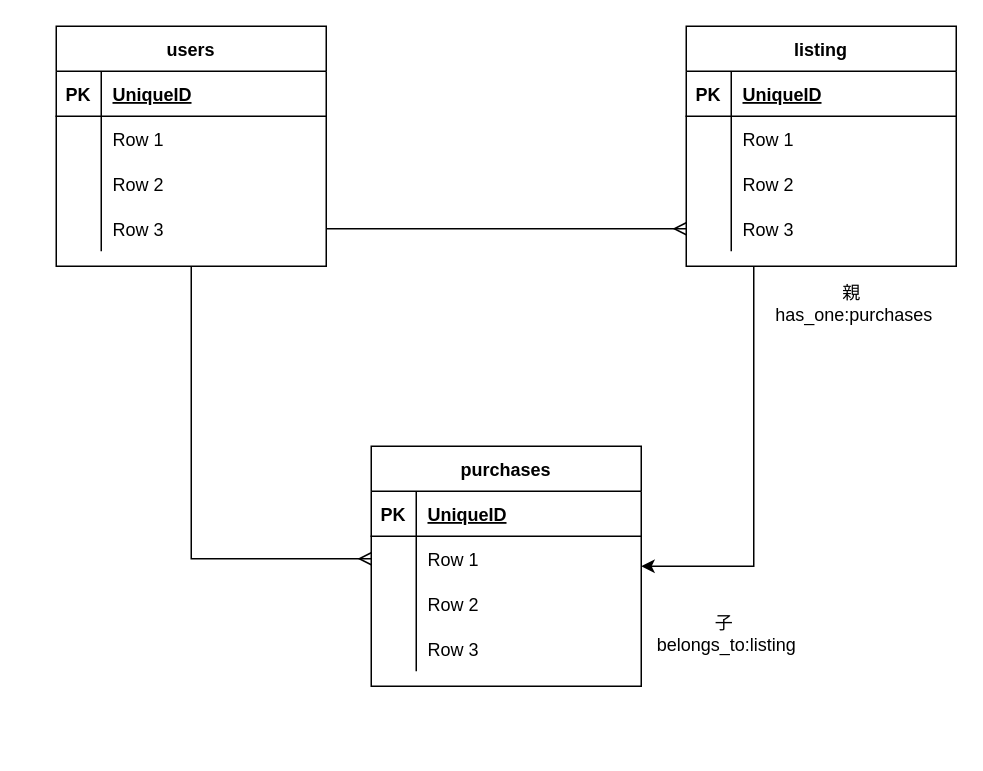
Before: test.dio in yuniii1/furima--29816-, a draw.io diagram. Source tidied: cells renumbered, new cells numbered last; positions are measured from the earlier drawing's top-left corner, leaving out a move shared by most shapes. Both pictures are drawn from the tidied source at 150%, with x=0, y=0 at pixel (56, 26).
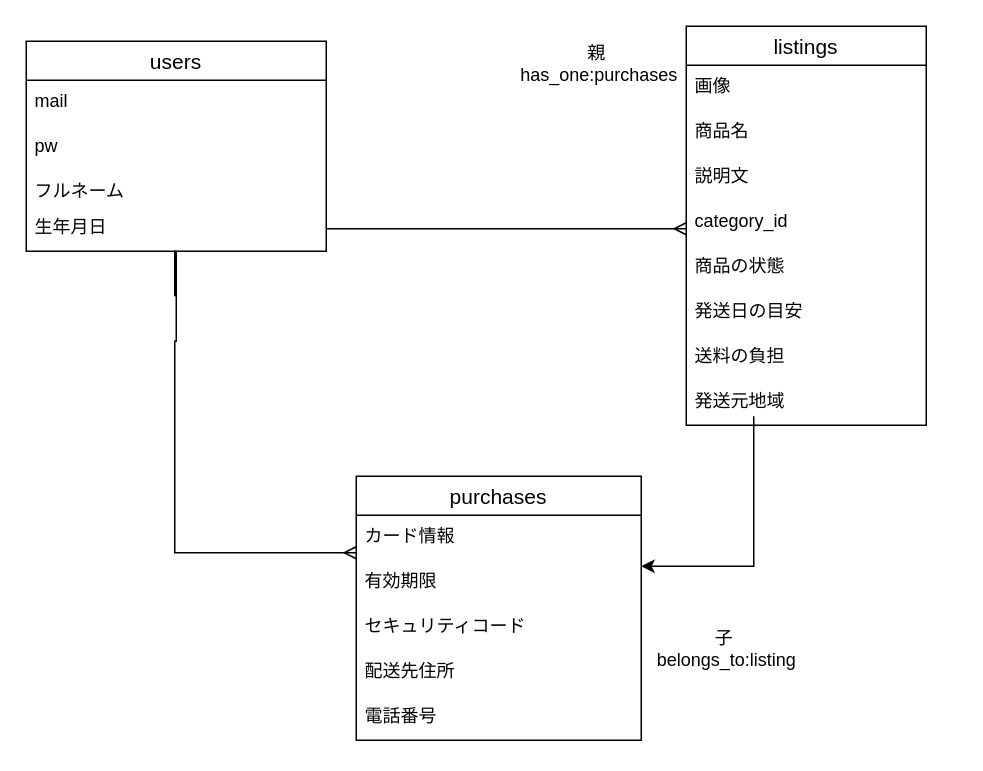
The same page after the edit.

Commit message (it also covers changes not shown here):
ER図修正アソシエーション等変更

Diff of the diagram source:
```diff
@@
-    <mxCell id="2" style="edgeStyle=orthogonalEdgeStyle;rounded=0;jettySize=auto;html=1;exitX=0.5;exitY=1;exitDx=0;exitDy=0;entryX=0;entryY=0.5;entryDx=0;entryDy=0;endArrow=ERmany;endFill=0;" parent="1" edge="1" source="3" target="34">
-      <mxGeometry relative="1" as="geometry" />
+    <mxCell id="2" style="edgeStyle=orthogonalEdgeStyle;rounded=0;orthogonalLoop=1;jettySize=auto;html=1;entryX=0;entryY=0.5;entryDx=0;entryDy=0;endArrow=ERmany;endFill=0;" parent="1" edge="1">
+      <mxGeometry relative="1" as="geometry">
+        <mxPoint x="79" y="180" as="sourcePoint" />
+        <mxPoint x="200" y="351" as="targetPoint" />
+        <Array as="points">
+          <mxPoint x="79" y="150" />
+          <mxPoint x="80" y="150" />
+          <mxPoint x="80" y="210" />
+          <mxPoint x="79" y="210" />
+          <mxPoint x="79" y="351" />
+        </Array>
+      </mxGeometry>
     </mxCell>
-    <mxCell id="3" value="users" style="shape=table;startSize=30;childLayout=tableLayout;rowLines=0;fontStyle=1;align=center;" parent="1" vertex="1">
-      <mxGeometry width="180" height="160" as="geometry" />
-    </mxCell>
-    <mxCell id="4" style="shape=partialRectangle;fillColor=none;top=0;left=0;bottom=1;right=0;" parent="3" vertex="1">
-      <mxGeometry y="30" width="180" height="30" as="geometry" />
-    </mxCell>
-    <mxCell id="5" value="PK" style="shape=partialRectangle;fillColor=none;top=0;left=0;bottom=0;right=0;fontStyle=1;overflow=hidden;" parent="4" vertex="1">
-      <mxGeometry width="30" height="30" as="geometry" />
-    </mxCell>
-    <mxCell id="6" value="UniqueID" style="shape=partialRectangle;fillColor=none;top=0;left=0;bottom=0;right=0;align=left;spacingLeft=6;fontStyle=5;overflow=hidden;" parent="4" vertex="1">
-      <mxGeometry x="30" width="150" height="30" as="geometry" />
-    </mxCell>
-    <mxCell id="7" style="shape=partialRectangle;fillColor=none;top=0;left=0;bottom=0;right=0;" parent="3" vertex="1">
-      <mxGeometry y="60" width="180" height="30" as="geometry" />
-    </mxCell>
-    <mxCell id="8" style="shape=partialRectangle;fillColor=none;top=0;left=0;bottom=0;right=0;overflow=hidden;" parent="7" vertex="1">
-      <mxGeometry width="30" height="30" as="geometry" />
-    </mxCell>
-    <mxCell id="9" value="Row 1" style="shape=partialRectangle;fillColor=none;top=0;left=0;bottom=0;right=0;align=left;spacingLeft=6;overflow=hidden;" parent="7" vertex="1">
-      <mxGeometry x="30" width="150" height="30" as="geometry" />
-    </mxCell>
-    <mxCell id="10" style="shape=partialRectangle;fillColor=none;top=0;left=0;bottom=0;right=0;" parent="3" vertex="1">
-      <mxGeometry y="90" width="180" height="30" as="geometry" />
-    </mxCell>
-    <mxCell id="11" style="shape=partialRectangle;fillColor=none;top=0;left=0;bottom=0;right=0;overflow=hidden;" parent="10" vertex="1">
-      <mxGeometry width="30" height="30" as="geometry" />
-    </mxCell>
-    <mxCell id="12" value="Row 2" style="shape=partialRectangle;fillColor=none;top=0;left=0;bottom=0;right=0;align=left;spacingLeft=6;overflow=hidden;" parent="10" vertex="1">
-      <mxGeometry x="30" width="150" height="30" as="geometry" />
-    </mxCell>
-    <mxCell id="13" style="shape=partialRectangle;fillColor=none;top=0;left=0;bottom=0;right=0;points=[[0,0.5],[1,0.5]];portConstraint=eastwest;" parent="3" vertex="1">
-      <mxGeometry y="120" width="180" height="30" as="geometry" />
-    </mxCell>
-    <mxCell id="14" style="shape=partialRectangle;fillColor=none;top=0;left=0;bottom=0;right=0;overflow=hidden;" parent="13" vertex="1">
-      <mxGeometry width="30" height="30" as="geometry" />
-    </mxCell>
-    <mxCell id="15" value="Row 3" style="shape=partialRectangle;fillColor=none;top=0;left=0;bottom=0;right=0;align=left;spacingLeft=6;overflow=hidden;" parent="13" vertex="1">
-      <mxGeometry x="30" width="150" height="30" as="geometry" />
-    </mxCell>
-    <mxCell id="16" style="edgeStyle=orthogonalEdgeStyle;rounded=0;jettySize=auto;html=1;exitX=0.25;exitY=1;exitDx=0;exitDy=0;entryX=1;entryY=0.5;entryDx=0;entryDy=0;" parent="1" edge="1" source="17" target="30">
+    <mxCell id="16" style="edgeStyle=orthogonalEdgeStyle;rounded=0;orthogonalLoop=1;jettySize=auto;html=1;entryX=1;entryY=0.5;entryDx=0;entryDy=0;" parent="1" edge="1">
       <mxGeometry relative="1" as="geometry">
+        <mxPoint x="465" y="260" as="sourcePoint" />
+        <mxPoint x="390" y="360" as="targetPoint" />
         <Array as="points">
           <mxPoint x="465" y="360" />
         </Array>
       </mxGeometry>
     </mxCell>
-    <mxCell id="17" value="listing" style="shape=table;startSize=30;childLayout=tableLayout;rowLines=0;fontStyle=1;align=center;" parent="1" vertex="1">
-      <mxGeometry x="420" width="180" height="160" as="geometry" />
-    </mxCell>
-    <mxCell id="18" style="shape=partialRectangle;fillColor=none;top=0;left=0;bottom=1;right=0;" parent="17" vertex="1">
-      <mxGeometry y="30" width="180" height="30" as="geometry" />
-    </mxCell>
-    <mxCell id="19" value="PK" style="shape=partialRectangle;fillColor=none;top=0;left=0;bottom=0;right=0;fontStyle=1;overflow=hidden;" parent="18" vertex="1">
-      <mxGeometry width="30" height="30" as="geometry" />
-    </mxCell>
-    <mxCell id="20" value="UniqueID" style="shape=partialRectangle;fillColor=none;top=0;left=0;bottom=0;right=0;align=left;spacingLeft=6;fontStyle=5;overflow=hidden;" parent="18" vertex="1">
-      <mxGeometry x="30" width="150" height="30" as="geometry" />
-    </mxCell>
-    <mxCell id="21" style="shape=partialRectangle;fillColor=none;top=0;left=0;bottom=0;right=0;" parent="17" vertex="1">
-      <mxGeometry y="60" width="180" height="30" as="geometry" />
-    </mxCell>
-    <mxCell id="22" style="shape=partialRectangle;fillColor=none;top=0;left=0;bottom=0;right=0;overflow=hidden;" parent="21" vertex="1">
-      <mxGeometry width="30" height="30" as="geometry" />
-    </mxCell>
-    <mxCell id="23" value="Row 1" style="shape=partialRectangle;fillColor=none;top=0;left=0;bottom=0;right=0;align=left;spacingLeft=6;overflow=hidden;" parent="21" vertex="1">
-      <mxGeometry x="30" width="150" height="30" as="geometry" />
-    </mxCell>
-    <mxCell id="24" style="shape=partialRectangle;fillColor=none;top=0;left=0;bottom=0;right=0;" parent="17" vertex="1">
-      <mxGeometry y="90" width="180" height="30" as="geometry" />
-    </mxCell>
-    <mxCell id="25" style="shape=partialRectangle;fillColor=none;top=0;left=0;bottom=0;right=0;overflow=hidden;" parent="24" vertex="1">
-      <mxGeometry width="30" height="30" as="geometry" />
-    </mxCell>
-    <mxCell id="26" value="Row 2" style="shape=partialRectangle;fillColor=none;top=0;left=0;bottom=0;right=0;align=left;spacingLeft=6;overflow=hidden;" parent="24" vertex="1">
-      <mxGeometry x="30" width="150" height="30" as="geometry" />
-    </mxCell>
-    <mxCell id="27" style="shape=partialRectangle;fillColor=none;top=0;left=0;bottom=0;right=0;points=[[0,0.5],[1,0.5]];portConstraint=eastwest;" parent="17" vertex="1">
-      <mxGeometry y="120" width="180" height="30" as="geometry" />
-    </mxCell>
-    <mxCell id="28" style="shape=partialRectangle;fillColor=none;top=0;left=0;bottom=0;right=0;overflow=hidden;" parent="27" vertex="1">
-      <mxGeometry width="30" height="30" as="geometry" />
-    </mxCell>
-    <mxCell id="29" value="Row 3" style="shape=partialRectangle;fillColor=none;top=0;left=0;bottom=0;right=0;align=left;spacingLeft=6;overflow=hidden;" parent="27" vertex="1">
-      <mxGeometry x="30" width="150" height="30" as="geometry" />
-    </mxCell>
-    <mxCell id="30" value="purchases" style="shape=table;startSize=30;childLayout=tableLayout;rowLines=0;fontStyle=1;align=center;" parent="1" vertex="1">
-      <mxGeometry x="210" y="280" width="180" height="160" as="geometry" />
-    </mxCell>
-    <mxCell id="31" style="shape=partialRectangle;fillColor=none;top=0;left=0;bottom=1;right=0;" parent="30" vertex="1">
-      <mxGeometry y="30" width="180" height="30" as="geometry" />
-    </mxCell>
-    <mxCell id="32" value="PK" style="shape=partialRectangle;fillColor=none;top=0;left=0;bottom=0;right=0;fontStyle=1;overflow=hidden;" parent="31" vertex="1">
-      <mxGeometry width="30" height="30" as="geometry" />
-    </mxCell>
-    <mxCell id="33" value="UniqueID" style="shape=partialRectangle;fillColor=none;top=0;left=0;bottom=0;right=0;align=left;spacingLeft=6;fontStyle=5;overflow=hidden;" parent="31" vertex="1">
-      <mxGeometry x="30" width="150" height="30" as="geometry" />
-    </mxCell>
-    <mxCell id="34" style="shape=partialRectangle;fillColor=none;top=0;left=0;bottom=0;right=0;points=[[0,0.5],[1,0.5]];portConstraint=eastwest;" parent="30" vertex="1">
-      <mxGeometry y="60" width="180" height="30" as="geometry" />
-    </mxCell>
-    <mxCell id="35" style="shape=partialRectangle;fillColor=none;top=0;left=0;bottom=0;right=0;overflow=hidden;" parent="34" vertex="1">
-      <mxGeometry width="30" height="30" as="geometry" />
-    </mxCell>
-    <mxCell id="36" value="Row 1" style="shape=partialRectangle;fillColor=none;top=0;left=0;bottom=0;right=0;align=left;spacingLeft=6;overflow=hidden;" parent="34" vertex="1">
-      <mxGeometry x="30" width="150" height="30" as="geometry" />
-    </mxCell>
-    <mxCell id="37" style="shape=partialRectangle;fillColor=none;top=0;left=0;bottom=0;right=0;" parent="30" vertex="1">
-      <mxGeometry y="90" width="180" height="30" as="geometry" />
-    </mxCell>
-    <mxCell id="38" style="shape=partialRectangle;fillColor=none;top=0;left=0;bottom=0;right=0;overflow=hidden;" parent="37" vertex="1">
-      <mxGeometry width="30" height="30" as="geometry" />
-    </mxCell>
-    <mxCell id="39" value="Row 2" style="shape=partialRectangle;fillColor=none;top=0;left=0;bottom=0;right=0;align=left;spacingLeft=6;overflow=hidden;" parent="37" vertex="1">
-      <mxGeometry x="30" width="150" height="30" as="geometry" />
-    </mxCell>
-    <mxCell id="40" style="shape=partialRectangle;fillColor=none;top=0;left=0;bottom=0;right=0;" parent="30" vertex="1">
-      <mxGeometry y="120" width="180" height="30" as="geometry" />
-    </mxCell>
-    <mxCell id="41" style="shape=partialRectangle;fillColor=none;top=0;left=0;bottom=0;right=0;overflow=hidden;" parent="40" vertex="1">
-      <mxGeometry width="30" height="30" as="geometry" />
-    </mxCell>
-    <mxCell id="42" value="Row 3" style="shape=partialRectangle;fillColor=none;top=0;left=0;bottom=0;right=0;align=left;spacingLeft=6;overflow=hidden;" parent="40" vertex="1">
-      <mxGeometry x="30" width="150" height="30" as="geometry" />
-    </mxCell>
-    <mxCell id="43" style="edgeStyle=orthogonalEdgeStyle;rounded=0;jettySize=auto;html=1;exitX=1;exitY=0.5;exitDx=0;exitDy=0;entryX=0;entryY=0.5;entryDx=0;entryDy=0;endArrow=ERmany;endFill=0;" parent="1" edge="1" source="13" target="27">
-      <mxGeometry relative="1" as="geometry" />
+    <mxCell id="43" style="edgeStyle=orthogonalEdgeStyle;rounded=0;orthogonalLoop=1;jettySize=auto;html=1;exitX=1;exitY=0.5;exitDx=0;exitDy=0;entryX=0;entryY=0.5;entryDx=0;entryDy=0;endArrow=ERmany;endFill=0;" parent="1" edge="1">
+      <mxGeometry relative="1" as="geometry">
+        <mxPoint x="180" y="135" as="sourcePoint" />
+        <mxPoint x="420" y="135" as="targetPoint" />
+      </mxGeometry>
     </mxCell>
     <mxCell id="44" value="親&lt;br&gt;&amp;nbsp;has_one:purchases" style="text;html=1;align=center;verticalAlign=middle;fillColor=none;strokeColor=none;rounded=0;" parent="1" vertex="1">
-      <mxGeometry x="470" y="170" width="120" height="30" as="geometry" />
+      <mxGeometry x="300" y="10" width="120" height="30" as="geometry" />
     </mxCell>
     <mxCell id="45" value="子&lt;br&gt;&amp;nbsp;belongs_to:listing" style="text;html=1;align=center;verticalAlign=middle;fillColor=none;strokeColor=none;rounded=0;" parent="1" vertex="1">
-      <mxGeometry x="390" y="390" width="110" height="30" as="geometry" />
+      <mxGeometry x="390" y="400" width="110" height="30" as="geometry" />
     </mxCell>
+    <mxCell id="46" value="listings" style="swimlane;fontStyle=0;horizontal=1;startSize=26;align=center;fontSize=14;" parent="1" vertex="1">
+      <mxGeometry x="420" width="160" height="266" as="geometry" />
+    </mxCell>
+    <mxCell id="47" value="画像" style="text;strokeColor=none;fillColor=none;spacingLeft=4;spacingRight=4;overflow=hidden;fontSize=12;" parent="46" vertex="1">
+      <mxGeometry y="26" width="160" height="30" as="geometry" />
+    </mxCell>
+    <mxCell id="48" value="商品名" style="text;strokeColor=none;fillColor=none;spacingLeft=4;spacingRight=4;overflow=hidden;fontSize=12;" parent="46" vertex="1">
+      <mxGeometry y="56" width="160" height="30" as="geometry" />
+    </mxCell>
+    <mxCell id="49" value="説明文" style="text;strokeColor=none;fillColor=none;spacingLeft=4;spacingRight=4;overflow=hidden;fontSize=12;" parent="46" vertex="1">
+      <mxGeometry y="86" width="160" height="30" as="geometry" />
+    </mxCell>
+    <mxCell id="50" value="category_id" style="text;strokeColor=none;fillColor=none;spacingLeft=4;spacingRight=4;overflow=hidden;fontSize=12;" parent="46" vertex="1">
+      <mxGeometry y="116" width="160" height="30" as="geometry" />
+    </mxCell>
+    <mxCell id="51" value="商品の状態" style="text;strokeColor=none;fillColor=none;spacingLeft=4;spacingRight=4;overflow=hidden;fontSize=12;" parent="46" vertex="1">
+      <mxGeometry y="146" width="160" height="30" as="geometry" />
+    </mxCell>
+    <mxCell id="52" value="発送日の目安" style="text;strokeColor=none;fillColor=none;spacingLeft=4;spacingRight=4;overflow=hidden;fontSize=12;" parent="46" vertex="1">
+      <mxGeometry y="176" width="160" height="30" as="geometry" />
+    </mxCell>
+    <mxCell id="53" value="送料の負担" style="text;strokeColor=none;fillColor=none;spacingLeft=4;spacingRight=4;overflow=hidden;fontSize=12;" parent="46" vertex="1">
+      <mxGeometry y="206" width="160" height="30" as="geometry" />
+    </mxCell>
+    <mxCell id="54" value="発送元地域" style="text;strokeColor=none;fillColor=none;spacingLeft=4;spacingRight=4;overflow=hidden;fontSize=12;" parent="46" vertex="1">
+      <mxGeometry y="236" width="160" height="30" as="geometry" />
+    </mxCell>
+    <mxCell id="30" value="purchases" style="swimlane;fontStyle=0;horizontal=1;startSize=26;align=center;fontSize=14;" parent="1" vertex="1">
+      <mxGeometry x="200" y="300" width="190" height="176" as="geometry" />
+    </mxCell>
+    <mxCell id="55" value="カード情報" style="text;strokeColor=none;fillColor=none;spacingLeft=4;spacingRight=4;overflow=hidden;fontSize=12;" parent="30" vertex="1">
+      <mxGeometry y="26" width="190" height="30" as="geometry" />
+    </mxCell>
+    <mxCell id="56" value="有効期限" style="text;strokeColor=none;fillColor=none;spacingLeft=4;spacingRight=4;overflow=hidden;fontSize=12;" parent="30" vertex="1">
+      <mxGeometry y="56" width="190" height="30" as="geometry" />
+    </mxCell>
+    <mxCell id="57" value="セキュリティコード" style="text;strokeColor=none;fillColor=none;spacingLeft=4;spacingRight=4;overflow=hidden;fontSize=12;" parent="30" vertex="1">
+      <mxGeometry y="86" width="190" height="30" as="geometry" />
+    </mxCell>
+    <mxCell id="58" value="配送先住所" style="text;strokeColor=none;fillColor=none;spacingLeft=4;spacingRight=4;overflow=hidden;fontSize=12;" parent="30" vertex="1">
+      <mxGeometry y="116" width="190" height="30" as="geometry" />
+    </mxCell>
+    <mxCell id="59" value="電話番号" style="text;strokeColor=none;fillColor=none;spacingLeft=4;spacingRight=4;overflow=hidden;fontSize=12;" parent="30" vertex="1">
+      <mxGeometry y="146" width="190" height="30" as="geometry" />
+    </mxCell>
+    <mxCell id="3" value="users" style="swimlane;fontStyle=0;horizontal=1;startSize=26;align=center;fontSize=14;" parent="1" vertex="1">
+      <mxGeometry x="-20" y="10" width="200" height="140" as="geometry" />
+    </mxCell>
+    <mxCell id="60" value="mail&#10;" style="text;strokeColor=none;fillColor=none;spacingLeft=4;spacingRight=4;overflow=hidden;fontSize=12;" parent="3" vertex="1">
+      <mxGeometry y="26" width="200" height="30" as="geometry" />
+    </mxCell>
+    <mxCell id="61" value="pw" style="text;strokeColor=none;fillColor=none;spacingLeft=4;spacingRight=4;overflow=hidden;fontSize=12;" parent="3" vertex="1">
+      <mxGeometry y="56" width="200" height="30" as="geometry" />
+    </mxCell>
+    <mxCell id="62" value="フルネーム" style="text;strokeColor=none;fillColor=none;spacingLeft=4;spacingRight=4;overflow=hidden;fontSize=12;" parent="3" vertex="1">
+      <mxGeometry y="86" width="200" height="24" as="geometry" />
+    </mxCell>
+    <mxCell id="63" value="生年月日" style="text;strokeColor=none;fillColor=none;spacingLeft=4;spacingRight=4;overflow=hidden;fontSize=12;" parent="3" vertex="1">
+      <mxGeometry y="110" width="200" height="30" as="geometry" />
+    </mxCell>
```
